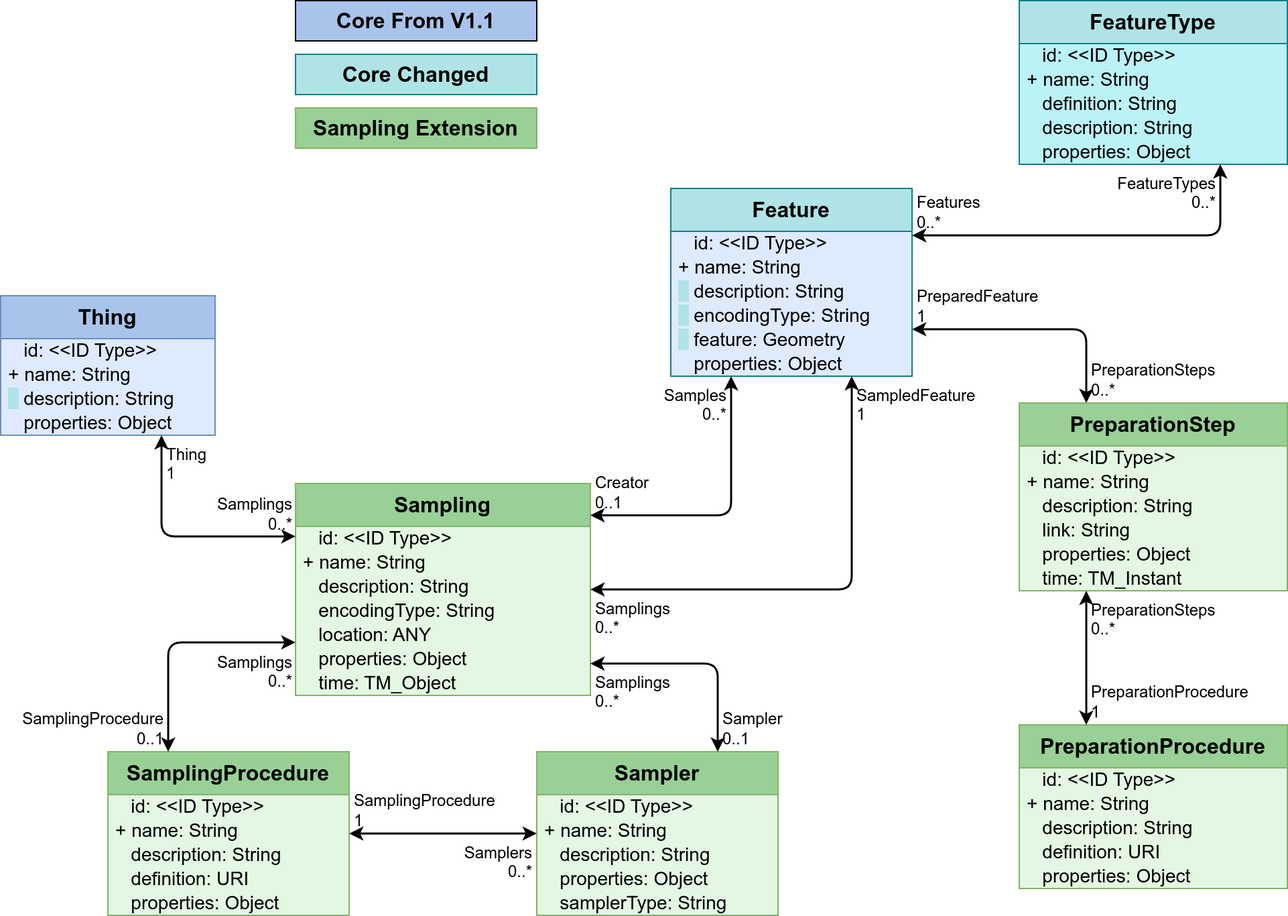
This is figures/Datamodel-SensorThingsApi-V2-proposal-1-Sampling.drawio.png from opengeospatial/sensorthings, a draw.io export, as it was before one commit. Source tidied: cells renumbered, new cells last; positions are measured from the earlier drawing's top-left corner, leaving out a move shared by most shapes.
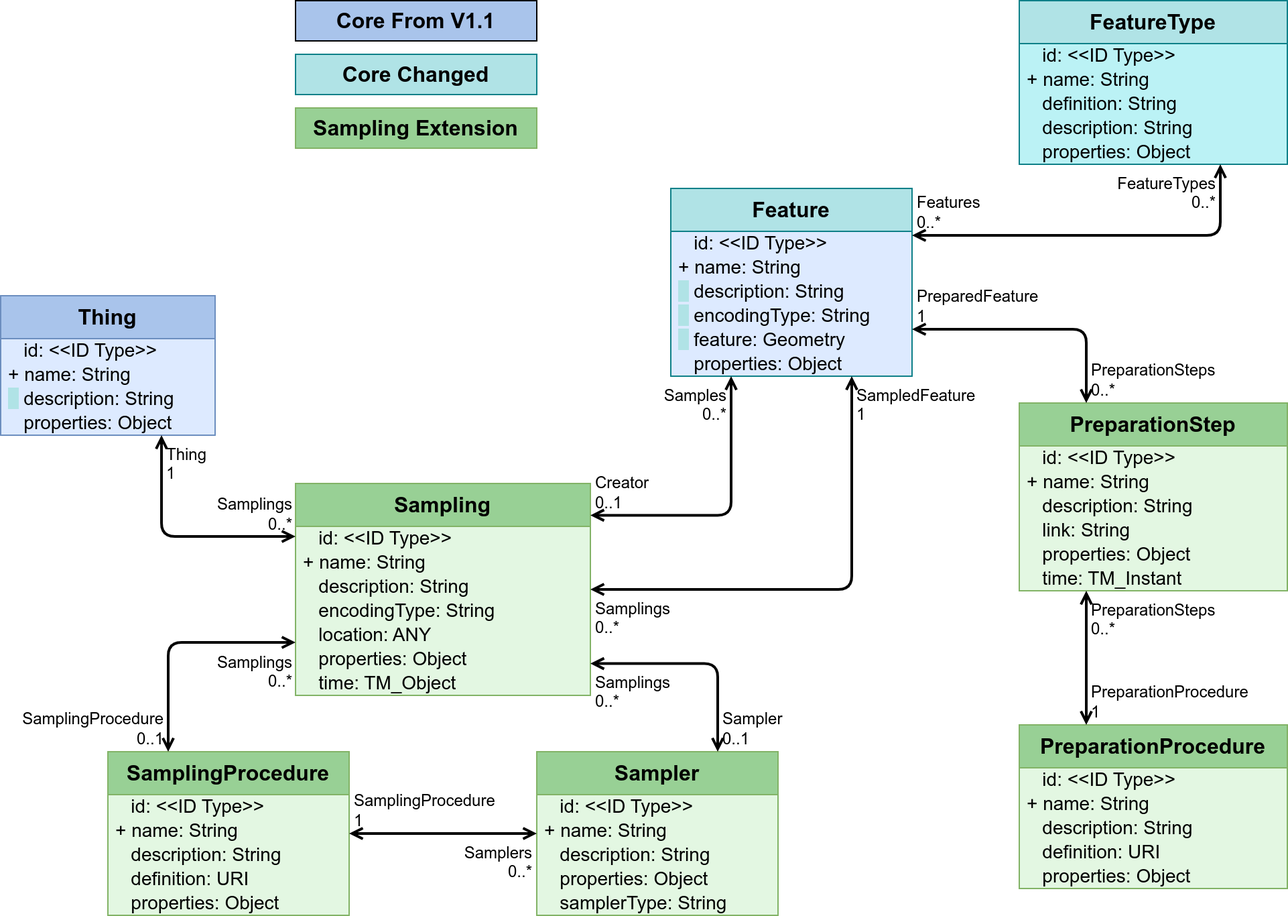
Later version of the same file.

Diff of the diagram source:
```diff
@@ -41,7 +41,7 @@
     <mxCell id="14" value="&amp;nbsp;&amp;nbsp;&amp;nbsp;properties: Object" style="text;strokeColor=none;fillColor=none;align=left;verticalAlign=middle;spacingLeft=4;spacingRight=4;overflow=visible;html=1;fontSize=14;" parent="9" vertex="1">
       <mxGeometry y="104" width="200" height="18" as="geometry" />
     </mxCell>
-    <mxCell id="15" style="endArrow=classic;startArrow=classic;html=1;rounded=1;edgeStyle=orthogonalEdgeStyle;entryX=1;entryY=0.25;entryDx=0;entryDy=0;exitX=0.75;exitY=1;exitDx=0;exitDy=0;strokeWidth=1.5;curved=0;" parent="1" edge="1" source="9" target="2">
+    <mxCell id="15" style="endArrow=open;startArrow=open;html=1;rounded=1;edgeStyle=orthogonalEdgeStyle;entryX=1;entryY=0.25;entryDx=0;entryDy=0;exitX=0.75;exitY=1;exitDx=0;exitDy=0;strokeWidth=2;curved=0;startFill=0;endFill=0;" parent="1" edge="1" source="9" target="2">
       <mxGeometry relative="1" as="geometry" />
     </mxCell>
     <mxCell id="16" value="FeatureTypes&lt;br&gt;0..*" style="edgeLabel;html=1;align=right;verticalAlign=top;labelBackgroundColor=none;fontSize=12;spacingLeft=1;spacing=3;spacingRight=2;" parent="15" vertex="1">
@@ -89,7 +89,7 @@
     <mxCell id="30" value="&amp;nbsp;&amp;nbsp;&amp;nbsp;time: TM_Instant" style="text;strokeColor=none;fillColor=none;align=left;verticalAlign=middle;spacingLeft=4;spacingRight=4;overflow=visible;html=1;fontSize=14;" parent="24" vertex="1">
       <mxGeometry y="122" width="200" height="18" as="geometry" />
     </mxCell>
-    <mxCell id="31" style="endArrow=classic;startArrow=classic;html=1;rounded=1;entryX=1;entryY=0.75;entryDx=0;entryDy=0;edgeStyle=orthogonalEdgeStyle;exitX=0.25;exitY=0;exitDx=0;exitDy=0;strokeWidth=1.5;curved=0;" parent="1" edge="1" source="24" target="2">
+    <mxCell id="31" style="endArrow=open;startArrow=open;html=1;rounded=1;entryX=1;entryY=0.75;entryDx=0;entryDy=0;edgeStyle=orthogonalEdgeStyle;exitX=0.25;exitY=0;exitDx=0;exitDy=0;strokeWidth=2;curved=0;startFill=0;endFill=0;" parent="1" edge="1" source="24" target="2">
       <mxGeometry relative="1" as="geometry" />
     </mxCell>
     <mxCell id="32" value="PreparationSteps&lt;br&gt;0..*" style="edgeLabel;html=1;align=left;verticalAlign=bottom;labelBackgroundColor=none;fontSize=12;spacingLeft=1;spacing=3;spacingRight=2;" parent="31" vertex="1">
@@ -98,7 +98,7 @@
     <mxCell id="33" value="PreparedFeature&lt;br&gt;1" style="edgeLabel;html=1;align=left;verticalAlign=bottom;labelBackgroundColor=none;fontSize=12;spacingLeft=1;spacing=3;spacingRight=2;" parent="31" vertex="1">
       <mxGeometry x="1" relative="1" as="geometry" />
     </mxCell>
-    <mxCell id="34" style="endArrow=classic;startArrow=classic;html=1;rounded=1;noEdgeStyle=1;entryX=0.25;entryY=0;entryDx=0;entryDy=0;exitX=0.25;exitY=1;exitDx=0;exitDy=0;strokeWidth=1.5;curved=0;" parent="1" edge="1" source="24" target="18">
+    <mxCell id="34" style="endArrow=open;startArrow=open;html=1;rounded=1;noEdgeStyle=1;entryX=0.25;entryY=0;entryDx=0;entryDy=0;exitX=0.25;exitY=1;exitDx=0;exitDy=0;strokeWidth=2;curved=0;startFill=0;endFill=0;" parent="1" edge="1" source="24" target="18">
       <mxGeometry relative="1" as="geometry" />
     </mxCell>
     <mxCell id="35" value="PreparationSteps&lt;br&gt;0..*" style="edgeLabel;html=1;align=left;verticalAlign=top;labelBackgroundColor=none;fontSize=12;spacingLeft=1;spacing=3;spacingRight=2;" parent="34" vertex="1">
@@ -149,7 +149,7 @@
     <mxCell id="50" value="&amp;nbsp; &amp;nbsp;time: TM_Object" style="text;strokeColor=none;fillColor=none;align=left;verticalAlign=middle;spacingLeft=4;spacingRight=4;overflow=visible;html=1;fontSize=14;" parent="43" vertex="1">
       <mxGeometry y="140" width="220" height="18" as="geometry" />
     </mxCell>
-    <mxCell id="51" style="endArrow=classic;startArrow=classic;html=1;rounded=1;entryX=0.75;entryY=1;entryDx=0;entryDy=0;edgeStyle=orthogonalEdgeStyle;curved=0;exitX=1;exitY=0.5;exitDx=0;exitDy=0;exitPerimeter=0;strokeWidth=1.5;" parent="1" edge="1" source="43" target="2">
+    <mxCell id="51" style="endArrow=open;startArrow=open;html=1;rounded=1;entryX=0.75;entryY=1;entryDx=0;entryDy=0;edgeStyle=orthogonalEdgeStyle;curved=0;exitX=1;exitY=0.5;exitDx=0;exitDy=0;exitPerimeter=0;strokeWidth=2;startFill=0;endFill=0;" parent="1" edge="1" source="43" target="2">
       <mxGeometry relative="1" as="geometry" />
     </mxCell>
     <mxCell id="52" value="Samplings&lt;br&gt;0..*" style="edgeLabel;html=1;align=left;verticalAlign=top;labelBackgroundColor=none;fontSize=12;spacingLeft=1;spacing=3;spacingRight=2;" parent="51" vertex="1">
@@ -158,7 +158,7 @@
     <mxCell id="53" value="SampledFeature&lt;br&gt;1" style="edgeLabel;html=1;align=left;verticalAlign=top;labelBackgroundColor=none;fontSize=12;spacingLeft=1;spacing=3;spacingRight=2;" parent="51" vertex="1">
       <mxGeometry x="1" relative="1" as="geometry" />
     </mxCell>
-    <mxCell id="54" style="endArrow=classic;startArrow=classic;html=1;rounded=1;edgeStyle=orthogonalEdgeStyle;exitX=1;exitY=0.85;exitDx=0;exitDy=0;entryX=0.75;entryY=0;entryDx=0;entryDy=0;exitPerimeter=0;strokeWidth=1.5;curved=0;" parent="1" edge="1" source="43" target="37">
+    <mxCell id="54" style="endArrow=open;startArrow=open;html=1;rounded=1;edgeStyle=orthogonalEdgeStyle;exitX=1;exitY=0.85;exitDx=0;exitDy=0;entryX=0.75;entryY=0;entryDx=0;entryDy=0;exitPerimeter=0;strokeWidth=2;curved=0;startFill=0;endFill=0;" parent="1" edge="1" source="43" target="37">
       <mxGeometry relative="1" as="geometry" />
     </mxCell>
     <mxCell id="55" value="Samplings&lt;br&gt;0..*" style="edgeLabel;html=1;align=left;verticalAlign=top;labelBackgroundColor=none;fontSize=12;spacingLeft=1;spacing=3;spacingRight=2;" parent="54" vertex="1">
@@ -167,7 +167,7 @@
     <mxCell id="56" value="Sampler&lt;br&gt;0..1" style="edgeLabel;html=1;align=left;verticalAlign=bottom;labelBackgroundColor=none;fontSize=12;spacingLeft=1;spacing=3;spacingRight=2;" parent="54" vertex="1">
       <mxGeometry x="1" relative="1" as="geometry" />
     </mxCell>
-    <mxCell id="57" style="endArrow=classic;startArrow=classic;html=1;rounded=1;entryX=0.25;entryY=1;entryDx=0;entryDy=0;edgeStyle=orthogonalEdgeStyle;exitX=1;exitY=0.15;exitDx=0;exitDy=0;curved=0;exitPerimeter=0;strokeWidth=1.5;" parent="1" edge="1" source="43" target="2">
+    <mxCell id="57" style="endArrow=open;startArrow=open;html=1;rounded=1;entryX=0.25;entryY=1;entryDx=0;entryDy=0;edgeStyle=orthogonalEdgeStyle;exitX=1;exitY=0.15;exitDx=0;exitDy=0;curved=0;exitPerimeter=0;strokeWidth=2;startFill=0;endFill=0;" parent="1" edge="1" source="43" target="2">
       <mxGeometry relative="1" as="geometry" />
     </mxCell>
     <mxCell id="58" value="Creator&lt;br&gt;0..1" style="edgeLabel;html=1;align=left;verticalAlign=bottom;labelBackgroundColor=none;fontSize=12;spacingLeft=1;spacing=3;spacingRight=2;" parent="57" vertex="1">
@@ -194,7 +194,7 @@
     <mxCell id="65" value="&amp;nbsp;&amp;nbsp;&amp;nbsp;properties: Object" style="text;strokeColor=none;fillColor=none;align=left;verticalAlign=middle;spacingLeft=4;spacingRight=4;overflow=visible;html=1;fontSize=14;" parent="60" vertex="1">
       <mxGeometry y="104" width="180" height="18" as="geometry" />
     </mxCell>
-    <mxCell id="66" style="endArrow=classic;startArrow=classic;html=1;rounded=1;noEdgeStyle=1;strokeWidth=1.5;curved=0;" parent="1" edge="1" source="60" target="37">
+    <mxCell id="66" style="endArrow=open;startArrow=open;html=1;rounded=1;noEdgeStyle=1;strokeWidth=2;curved=0;startFill=0;endFill=0;" parent="1" edge="1" source="60" target="37">
       <mxGeometry relative="1" as="geometry" />
     </mxCell>
     <mxCell id="67" value="SamplingProcedure&lt;br&gt;1" style="edgeLabel;html=1;align=left;verticalAlign=bottom;labelBackgroundColor=none;fontSize=12;spacingLeft=1;spacing=3;spacingRight=2;" parent="66" vertex="1">
@@ -203,7 +203,7 @@
     <mxCell id="68" value="Samplers&lt;br&gt;0..*" style="edgeLabel;html=1;align=right;verticalAlign=top;labelBackgroundColor=none;fontSize=12;spacingLeft=1;spacing=3;spacingRight=2;" parent="66" vertex="1">
       <mxGeometry x="1" relative="1" as="geometry" />
     </mxCell>
-    <mxCell id="69" style="endArrow=classic;startArrow=classic;html=1;rounded=1;edgeStyle=orthogonalEdgeStyle;entryX=0;entryY=0.75;entryDx=0;entryDy=0;exitX=0.25;exitY=0;exitDx=0;exitDy=0;strokeWidth=1.5;curved=0;" parent="1" edge="1" source="60" target="43">
+    <mxCell id="69" style="endArrow=open;startArrow=open;html=1;rounded=1;edgeStyle=orthogonalEdgeStyle;entryX=0;entryY=0.75;entryDx=0;entryDy=0;exitX=0.25;exitY=0;exitDx=0;exitDy=0;strokeWidth=2;curved=0;startFill=0;endFill=0;" parent="1" edge="1" source="60" target="43">
       <mxGeometry relative="1" as="geometry" />
     </mxCell>
     <mxCell id="70" value="SamplingProcedure&lt;br&gt;0..1" style="edgeLabel;html=1;align=right;verticalAlign=bottom;labelBackgroundColor=none;fontSize=12;spacingLeft=1;spacing=3;spacingRight=2;" parent="69" vertex="1">
@@ -227,7 +227,7 @@
     <mxCell id="76" value="&amp;nbsp;&amp;nbsp;&amp;nbsp;properties: Object" style="text;strokeColor=none;fillColor=none;align=left;verticalAlign=middle;spacingLeft=4;spacingRight=4;overflow=visible;html=1;fontSize=14;" parent="72" vertex="1">
       <mxGeometry y="86" width="160" height="18" as="geometry" />
     </mxCell>
-    <mxCell id="77" style="endArrow=classic;startArrow=classic;html=1;rounded=1;exitX=0.75;exitY=1;exitDx=0;exitDy=0;edgeStyle=orthogonalEdgeStyle;entryX=0;entryY=0.25;entryDx=0;entryDy=0;curved=0;strokeWidth=1.5;" parent="1" edge="1" source="72" target="43">
+    <mxCell id="77" style="endArrow=open;startArrow=open;html=1;rounded=1;exitX=0.75;exitY=1;exitDx=0;exitDy=0;edgeStyle=orthogonalEdgeStyle;entryX=0;entryY=0.25;entryDx=0;entryDy=0;curved=0;strokeWidth=2;startFill=0;endFill=0;" parent="1" edge="1" source="72" target="43">
       <mxGeometry relative="1" as="geometry" />
     </mxCell>
     <mxCell id="78" value="Thing&lt;br&gt;1" style="edgeLabel;html=1;align=left;verticalAlign=top;labelBackgroundColor=none;fontSize=12;spacingLeft=1;spacing=3;spacingRight=2;" parent="77" vertex="1">
```
